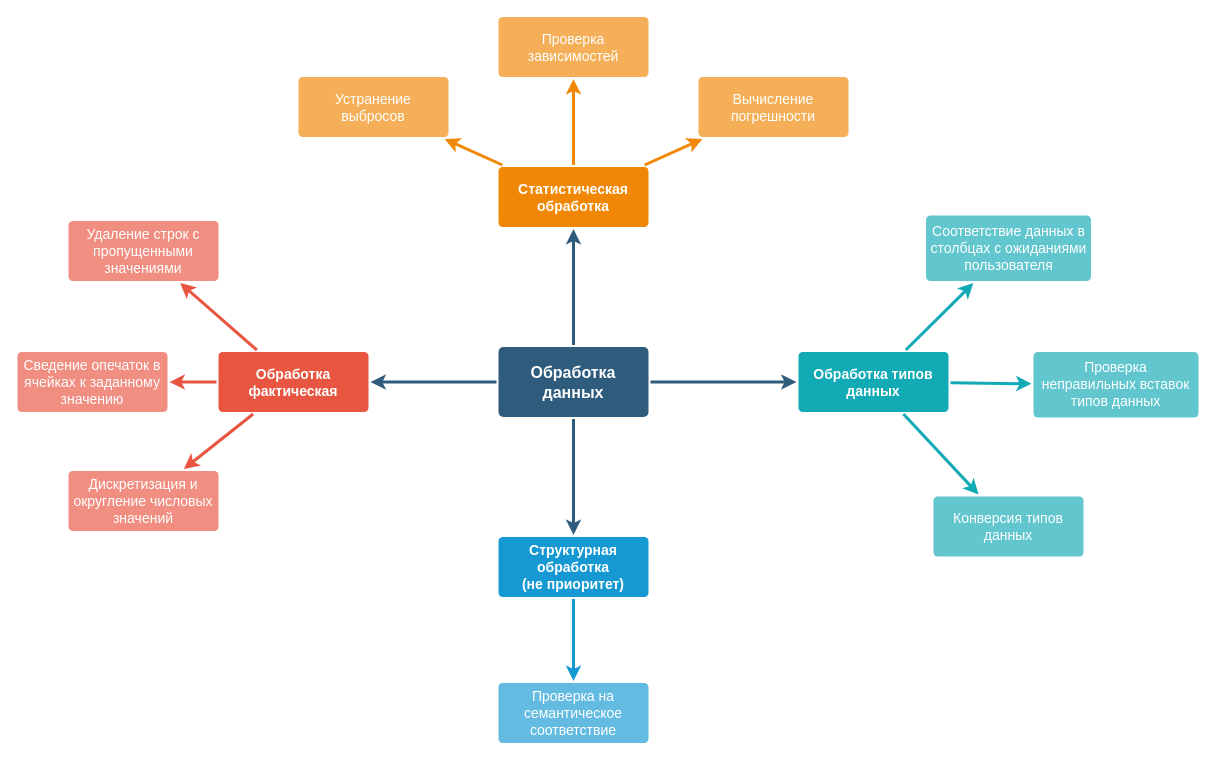
Above: Analytics/Functions Map.drawio in Balots/DPro (draw.io), before the change. Source tidied: cells renumbered, new cells numbered last; positions are measured from the earlier drawing's top-left corner, leaving out a move shared by most shapes. Both pictures are drawn from the tidied source at 100%, with x=0, y=0 at pixel (17, 16).
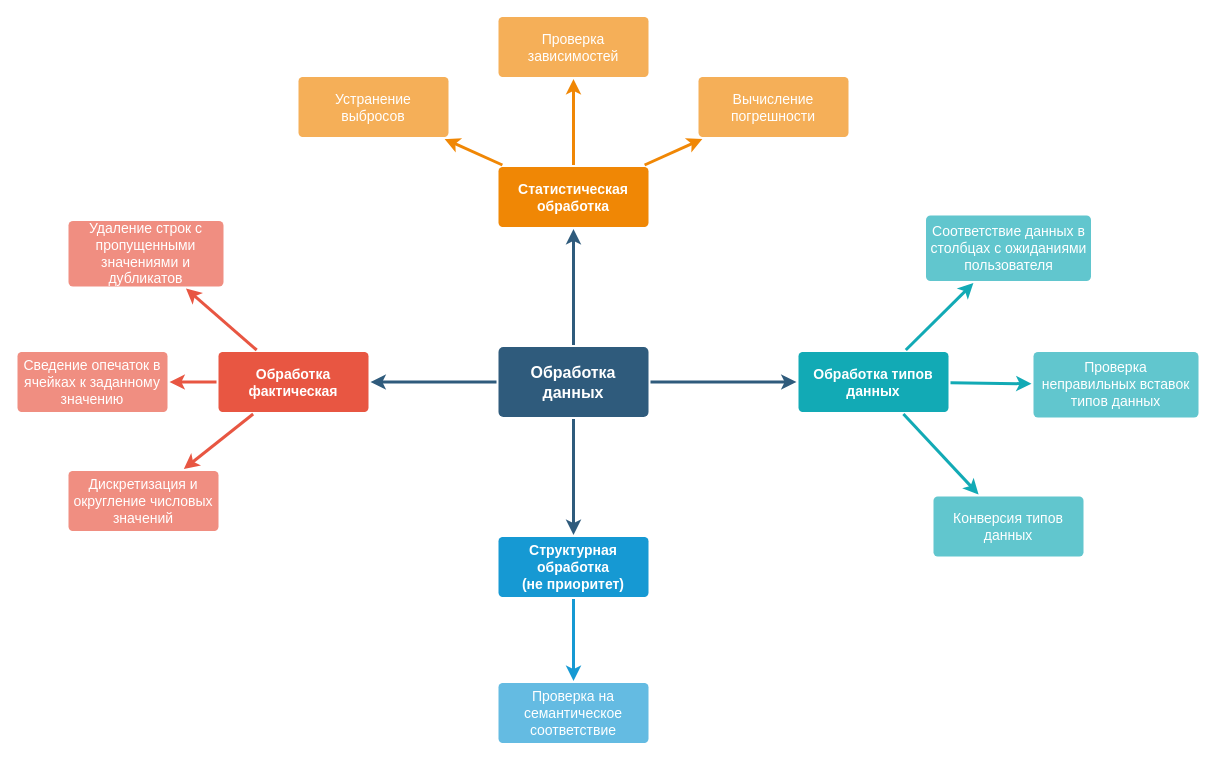
The same diagram, later.

Diff of the diagram source:
```diff
@@
-    <mxCell id="13" value="Удаление строк с пропущенными значениями" style="rounded=1;whiteSpace=wrap;html=1;shadow=0;labelBackgroundColor=none;strokeColor=none;strokeWidth=3;fillColor=#f08e81;fontFamily=Helvetica;fontSize=14;fontColor=#FFFFFF;align=center;spacing=5;fontStyle=0;arcSize=7;perimeterSpacing=2;" parent="1" vertex="1">
-      <mxGeometry x="51" y="204.5" width="150" height="60" as="geometry" />
+    <mxCell id="13" value="Удаление строк с пропущенными значениями и дубликатов" style="rounded=1;whiteSpace=wrap;html=1;shadow=0;labelBackgroundColor=none;strokeColor=none;strokeWidth=3;fillColor=#f08e81;fontFamily=Helvetica;fontSize=14;fontColor=#FFFFFF;align=center;spacing=5;fontStyle=0;arcSize=7;perimeterSpacing=2;" parent="1" vertex="1">
+      <mxGeometry x="51" y="204.5" width="155" height="65.5" as="geometry" />
     </mxCell>
```
